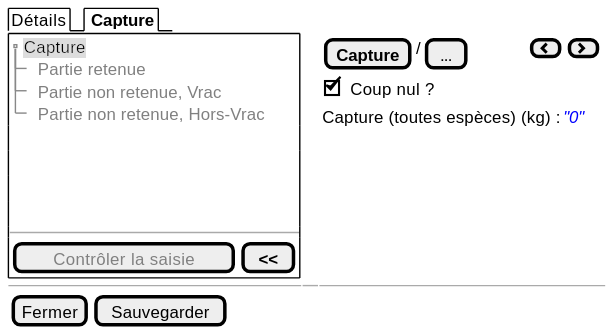
Earlier version of the PlantUML export projects/obsmer/spe/images/batch/batch-tree-null.svg (sumaris-net/sumaris-doc).
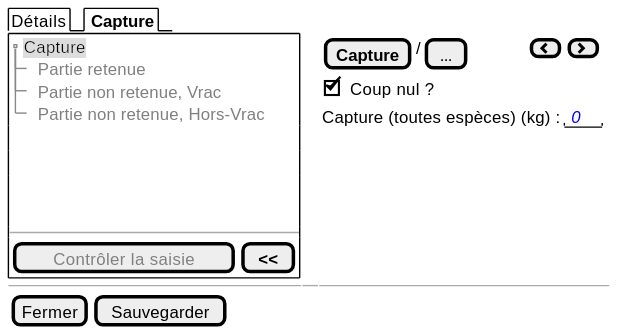
After the change.

Commit message:
[enh] Update after 26/02/2023 Users review

Diff of the diagram source:
```diff
@@ -21,7 +21,7 @@
    { [<b>Capture] | / | [...] | . | . | . | . | . | . | . | . | [<&chevron-left>] | [<&chevron-right>] }
 
        {[X] Coup nul ? }
-       {Capture (toutes espèces) (kg) : | <i><color:blue>"0" }
+       {Capture (toutes espèces) (kg) : | "<i><color:blue> 0 " }
   }
 
   -- | -- | --
```
